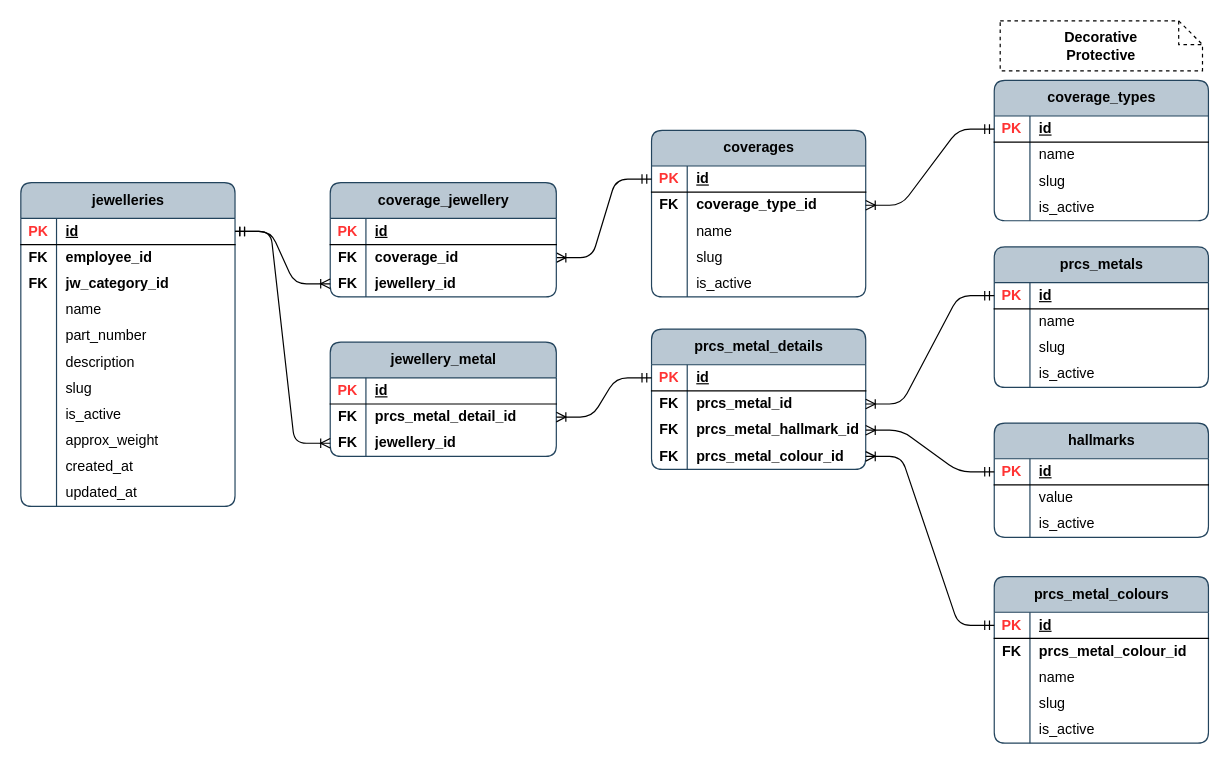
Local-development-environment/msg-brokers-publisher-consumer keeps this draw.io diagram as page "psql_metals" (4 of 14) of publisher/laravel-app/psql_jewellery_items.drawio. Above is the earlier version. Source tidied: cells renumbered, new cells numbered last; positions are measured from the earlier drawing's top-left corner, leaving out a move shared by most shapes. Both pictures are drawn from the tidied source at 119%, with x=0, y=0 at pixel (20, 20).
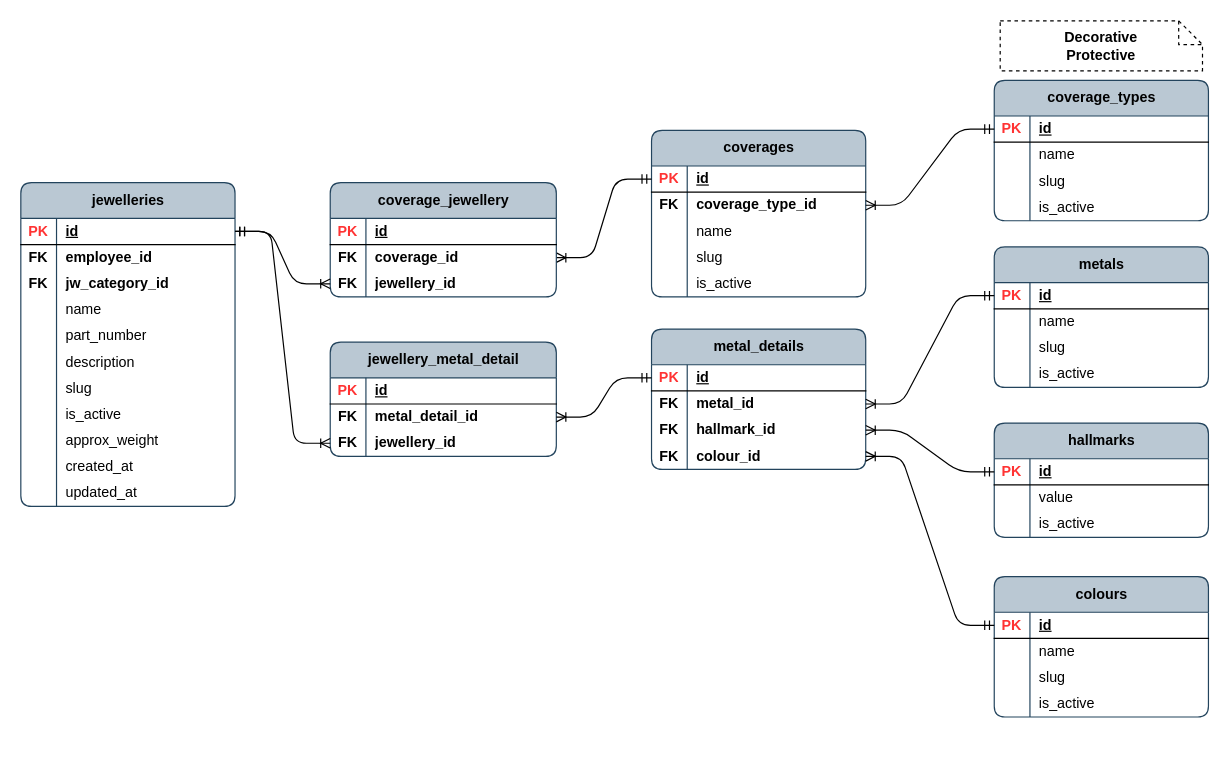
The same diagram, later.

Commit message (it also covers changes not shown here):
jw_metals schema was refactored

Unchanged cells that the change refers to:
```xml
<mxCell id="68" style="shape=tableRow;horizontal=0;startSize=0;swimlaneHead=0;swimlaneBody=0;fillColor=none;points=[[0,0.5],[1,0.5]];portConstraint=eastwest;top=0;left=0;right=0;bottom=0;rounded=1;fontStyle=1;" parent="64" vertex="1">
  <mxGeometry y="52" width="190" height="22" as="geometry" />
</mxCell>
<mxCell id="107" style="shape=tableRow;horizontal=0;startSize=0;swimlaneHead=0;swimlaneBody=0;fillColor=none;points=[[0,0.5],[1,0.5]];portConstraint=eastwest;top=0;left=0;right=0;bottom=0;rounded=1;" parent="103" vertex="1">
  <mxGeometry y="52" width="180" height="22" as="geometry" />
</mxCell>
<mxCell id="110" style="shape=tableRow;horizontal=0;startSize=0;swimlaneHead=0;swimlaneBody=0;fillColor=none;points=[[0,0.5],[1,0.5]];portConstraint=eastwest;top=0;left=0;right=0;bottom=0;rounded=1;" parent="103" vertex="1">
  <mxGeometry y="74" width="180" height="22" as="geometry" />
</mxCell>
<mxCell id="113" style="shape=tableRow;horizontal=0;startSize=0;swimlaneHead=0;swimlaneBody=0;fillColor=none;points=[[0,0.5],[1,0.5]];portConstraint=eastwest;top=0;left=0;right=0;bottom=0;rounded=1;" parent="103" vertex="1">
  <mxGeometry y="96" width="180" height="22" as="geometry" />
</mxCell>
```

Change to the diagram source:
```diff
@@
-    <mxCell id="64" value="jewellery_metal" style="shape=table;startSize=30;childLayout=tableLayout;rowLines=0;fontStyle=1;align=center;html=1;rounded=1;swimlaneFillColor=none;fillColor=#bac8d3;strokeColor=#23445d;columnLines=1;arcSize=10;" parent="1" vertex="1">
+    <mxCell id="64" value="jewellery_metal_detail" style="shape=table;startSize=30;childLayout=tableLayout;rowLines=0;fontStyle=1;align=center;html=1;rounded=1;swimlaneFillColor=none;fillColor=#bac8d3;strokeColor=#23445d;columnLines=1;arcSize=10;" parent="1" vertex="1">
       <mxGeometry x="260" y="270" width="190" height="96" as="geometry" />
     </mxCell>
@@
-    <mxCell id="70" value="&lt;b&gt;prcs_metal_detail_id&lt;/b&gt;" style="shape=partialRectangle;fillColor=none;top=0;left=0;bottom=0;right=0;align=left;spacingLeft=6;overflow=hidden;whiteSpace=wrap;html=1;rounded=1;" parent="68" vertex="1">
+    <mxCell id="70" value="&lt;b&gt;metal_detail_id&lt;/b&gt;" style="shape=partialRectangle;fillColor=none;top=0;left=0;bottom=0;right=0;align=left;spacingLeft=6;overflow=hidden;whiteSpace=wrap;html=1;rounded=1;" parent="68" vertex="1">
       <mxGeometry x="30" width="160" height="22" as="geometry" />
     </mxCell>
@@
-    <mxCell id="90" value="prcs_metals" style="shape=table;startSize=30;childLayout=tableLayout;rowLines=0;fontStyle=1;align=center;html=1;rounded=1;swimlaneFillColor=none;fillColor=#bac8d3;strokeColor=#23445d;columnLines=1;arcSize=10;fixDash=0;enumerate=0;comic=0;" parent="1" vertex="1">
+    <mxCell id="90" value="metals" style="shape=table;startSize=30;childLayout=tableLayout;rowLines=0;fontStyle=1;align=center;html=1;rounded=1;swimlaneFillColor=none;fillColor=#bac8d3;strokeColor=#23445d;columnLines=1;arcSize=10;fixDash=0;enumerate=0;comic=0;" parent="1" vertex="1">
       <mxGeometry x="818" y="190" width="180" height="118" as="geometry" />
     </mxCell>
@@
-    <mxCell id="103" value="prcs_metal_details" style="shape=table;startSize=30;childLayout=tableLayout;rowLines=0;fontStyle=1;align=center;html=1;rounded=1;swimlaneFillColor=none;fillColor=#bac8d3;strokeColor=#23445d;columnLines=1;arcSize=10;fixDash=0;enumerate=0;comic=0;" parent="1" vertex="1">
+    <mxCell id="103" value="metal_details" style="shape=table;startSize=30;childLayout=tableLayout;rowLines=0;fontStyle=1;align=center;html=1;rounded=1;swimlaneFillColor=none;fillColor=#bac8d3;strokeColor=#23445d;columnLines=1;arcSize=10;fixDash=0;enumerate=0;comic=0;" parent="1" vertex="1">
       <mxGeometry x="530" y="259" width="180" height="118" as="geometry" />
     </mxCell>
@@
-    <mxCell id="109" value="&lt;b&gt;prcs_metal_id&lt;/b&gt;" style="shape=partialRectangle;fillColor=none;top=0;left=0;bottom=0;right=0;align=left;spacingLeft=6;overflow=hidden;whiteSpace=wrap;html=1;rounded=1;" parent="107" vertex="1">
+    <mxCell id="109" value="&lt;b&gt;metal_id&lt;/b&gt;" style="shape=partialRectangle;fillColor=none;top=0;left=0;bottom=0;right=0;align=left;spacingLeft=6;overflow=hidden;whiteSpace=wrap;html=1;rounded=1;" parent="107" vertex="1">
       <mxGeometry x="30" width="150" height="22" as="geometry" />
     </mxCell>
@@
-    <mxCell id="112" value="&lt;b&gt;prcs_metal_hallmark_id&lt;/b&gt;" style="shape=partialRectangle;fillColor=none;top=0;left=0;bottom=0;right=0;align=left;spacingLeft=6;overflow=hidden;whiteSpace=wrap;html=1;rounded=1;" parent="110" vertex="1">
+    <mxCell id="112" value="&lt;b&gt;hallmark_id&lt;/b&gt;" style="shape=partialRectangle;fillColor=none;top=0;left=0;bottom=0;right=0;align=left;spacingLeft=6;overflow=hidden;whiteSpace=wrap;html=1;rounded=1;" parent="110" vertex="1">
       <mxGeometry x="30" width="150" height="22" as="geometry" />
     </mxCell>
@@
-    <mxCell id="115" value="&lt;span style=&quot;font-weight: 700; text-align: center; text-wrap-mode: nowrap;&quot;&gt;prcs_metal_colour_id&lt;/span&gt;" style="shape=partialRectangle;fillColor=none;top=0;left=0;bottom=0;right=0;align=left;spacingLeft=6;overflow=hidden;whiteSpace=wrap;html=1;rounded=1;" parent="113" vertex="1">
+    <mxCell id="115" value="&lt;span style=&quot;font-weight: 700; text-align: center; text-wrap-mode: nowrap;&quot;&gt;colour_id&lt;/span&gt;" style="shape=partialRectangle;fillColor=none;top=0;left=0;bottom=0;right=0;align=left;spacingLeft=6;overflow=hidden;whiteSpace=wrap;html=1;rounded=1;" parent="113" vertex="1">
       <mxGeometry x="30" width="150" height="22" as="geometry" />
     </mxCell>
@@
-    <mxCell id="128" value="prcs_metal_colours" style="shape=table;startSize=30;childLayout=tableLayout;rowLines=0;fontStyle=1;align=center;html=1;rounded=1;swimlaneFillColor=none;fillColor=#bac8d3;strokeColor=#23445d;columnLines=1;arcSize=10;" parent="1" vertex="1">
-      <mxGeometry x="818" y="467" width="180" height="140" as="geometry" />
+    <mxCell id="128" value="colours" style="shape=table;startSize=30;childLayout=tableLayout;rowLines=0;fontStyle=1;align=center;html=1;rounded=1;swimlaneFillColor=none;fillColor=#bac8d3;strokeColor=#23445d;columnLines=1;arcSize=10;" parent="1" vertex="1">
+      <mxGeometry x="818" y="467" width="180" height="118" as="geometry" />
     </mxCell>
@@
-    <mxCell id="132" style="shape=tableRow;horizontal=0;startSize=0;swimlaneHead=0;swimlaneBody=0;fillColor=none;top=0;left=0;right=0;bottom=0;rounded=1;" parent="128" vertex="1">
-      <mxGeometry y="52" width="180" height="22" as="geometry" />
-    </mxCell>
-    <mxCell id="133" value="&lt;b&gt;FK&lt;/b&gt;" style="shape=partialRectangle;fillColor=none;top=0;left=0;bottom=0;right=0;overflow=hidden;whiteSpace=wrap;html=1;rounded=1;" parent="132" vertex="1">
-      <mxGeometry width="30" height="22" as="geometry" />
-    </mxCell>
-    <mxCell id="134" value="&lt;b&gt;prcs_metal_colour_id&lt;/b&gt;" style="shape=partialRectangle;fillColor=none;top=0;left=0;bottom=0;right=0;align=left;spacingLeft=6;overflow=hidden;whiteSpace=wrap;html=1;rounded=1;" parent="132" vertex="1">
-      <mxGeometry x="30" width="150" height="22" as="geometry" />
-    </mxCell>
     <mxCell id="135" style="shape=tableRow;horizontal=0;startSize=0;swimlaneHead=0;swimlaneBody=0;fillColor=none;top=0;left=0;right=0;bottom=0;rounded=1;" parent="128" vertex="1">
-      <mxGeometry y="74" width="180" height="22" as="geometry" />
+      <mxGeometry y="52" width="180" height="22" as="geometry" />
     </mxCell>
@@
     <mxCell id="138" style="shape=tableRow;horizontal=0;startSize=0;swimlaneHead=0;swimlaneBody=0;fillColor=none;top=0;left=0;right=0;bottom=0;rounded=1;" parent="128" vertex="1">
-      <mxGeometry y="96" width="180" height="22" as="geometry" />
+      <mxGeometry y="74" width="180" height="22" as="geometry" />
     </mxCell>
@@
     <mxCell id="141" style="shape=tableRow;horizontal=0;startSize=0;swimlaneHead=0;swimlaneBody=0;fillColor=none;top=0;left=0;right=0;bottom=0;rounded=1;" parent="128" vertex="1">
-      <mxGeometry y="118" width="180" height="22" as="geometry" />
+      <mxGeometry y="96" width="180" height="22" as="geometry" />
     </mxCell>
```
